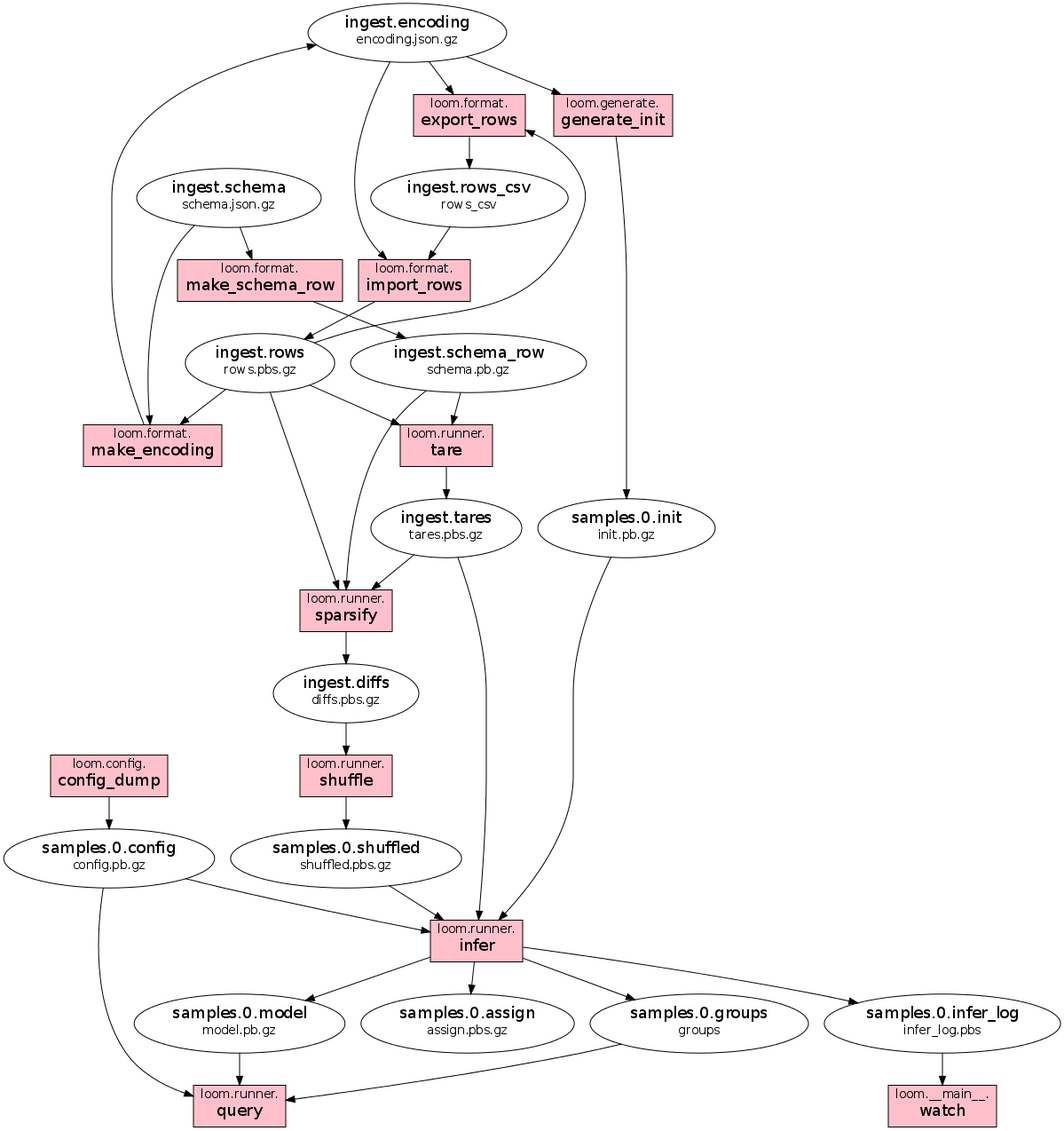
Earlier version of the Graphviz export doc/dataflow.png (priorknowledge/loom). Its source is kept beside it as doc/dataflow.dot.
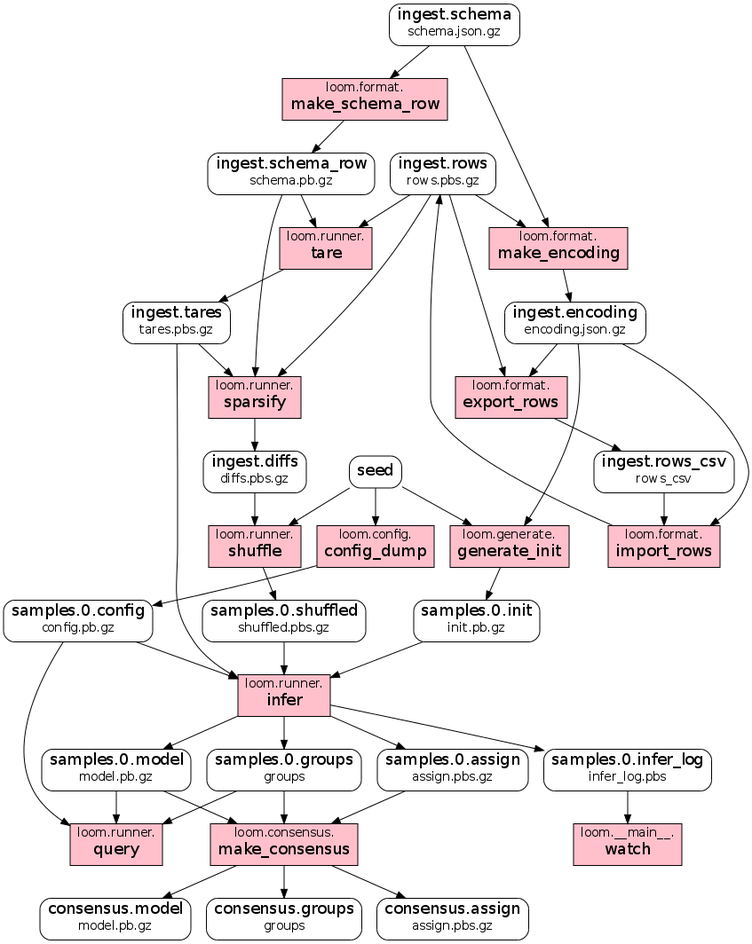
Later version of the same file.

Commit message:
Rename get_consensus to make_consensus

Change to the diagram source:
```diff
@@ -2,15 +2,19 @@
   overlap=false;
 
   {
-    node [shape=ellipse];
+    node [shape=Mrecord];
     samples_0_model [label=<<FONT POINT-SIZE="18">samples.0.model</FONT><BR/>model.pb.gz>];
+    consensus_model [label=<<FONT POINT-SIZE="18">consensus.model</FONT><BR/>model.pb.gz>];
+    consensus_groups [label=<<FONT POINT-SIZE="18">consensus.groups</FONT><BR/>groups>];
     ingest_diffs [label=<<FONT POINT-SIZE="18">ingest.diffs</FONT><BR/>diffs.pbs.gz>];
     samples_0_init [label=<<FONT POINT-SIZE="18">samples.0.init</FONT><BR/>init.pb.gz>];
     samples_0_shuffled [label=<<FONT POINT-SIZE="18">samples.0.shuffled</FONT><BR/>shuffled.pbs.gz>];
     samples_0_assign [label=<<FONT POINT-SIZE="18">samples.0.assign</FONT><BR/>assign.pbs.gz>];
     samples_0_infer_log [label=<<FONT POINT-SIZE="18">samples.0.infer_log</FONT><BR/>infer_log.pbs>];
+    consensus_assign [label=<<FONT POINT-SIZE="18">consensus.assign</FONT><BR/>assign.pbs.gz>];
     ingest_rows [label=<<FONT POINT-SIZE="18">ingest.rows</FONT><BR/>rows.pbs.gz>];
     ingest_tares [label=<<FONT POINT-SIZE="18">ingest.tares</FONT><BR/>tares.pbs.gz>];
+    seed [label=<<FONT POINT-SIZE="18">seed</FONT>>];
     samples_0_config [label=<<FONT POINT-SIZE="18">samples.0.config</FONT><BR/>config.pb.gz>];
     ingest_schema_row [label=<<FONT POINT-SIZE="18">ingest.schema_row</FONT><BR/>schema.pb.gz>];
     ingest_schema [label=<<FONT POINT-SIZE="18">ingest.schema</FONT><BR/>schema.json.gz>];
@@ -25,13 +29,14 @@
     tare [label=<loom.runner.<BR/><FONT POINT-SIZE="18">tare</FONT>>, fillcolor=pink];
     export_rows [label=<loom.format.<BR/><FONT POINT-SIZE="18">export_rows</FONT>>, fillcolor=pink];
     query [label=<loom.runner.<BR/><FONT POINT-SIZE="18">query</FONT>>, fillcolor=pink];
+    watch [label=<loom.__main__.<BR/><FONT POINT-SIZE="18">watch</FONT>>, fillcolor=pink];
+    config_dump [label=<loom.config.<BR/><FONT POINT-SIZE="18">config_dump</FONT>>, fillcolor=pink];
     sparsify [label=<loom.runner.<BR/><FONT POINT-SIZE="18">sparsify</FONT>>, fillcolor=pink];
-    config_dump [label=<loom.config.<BR/><FONT POINT-SIZE="18">config_dump</FONT>>, fillcolor=pink];
-    watch [label=<loom.__main__.<BR/><FONT POINT-SIZE="18">watch</FONT>>, fillcolor=pink];
     generate_init [label=<loom.generate.<BR/><FONT POINT-SIZE="18">generate_init</FONT>>, fillcolor=pink];
     make_encoding [label=<loom.format.<BR/><FONT POINT-SIZE="18">make_encoding</FONT>>, fillcolor=pink];
     shuffle [label=<loom.runner.<BR/><FONT POINT-SIZE="18">shuffle</FONT>>, fillcolor=pink];
     make_schema_row [label=<loom.format.<BR/><FONT POINT-SIZE="18">make_schema_row</FONT>>, fillcolor=pink];
+    make_consensus [label=<loom.consensus.<BR/><FONT POINT-SIZE="18">make_consensus</FONT>>, fillcolor=pink];
     infer [label=<loom.runner.<BR/><FONT POINT-SIZE="18">infer</FONT>>, fillcolor=pink];
     import_rows [label=<loom.format.<BR/><FONT POINT-SIZE="18">import_rows</FONT>>, fillcolor=pink];
 
@@ -44,21 +49,30 @@
     samples_0_config -> query [weight=1.0];
     samples_0_model -> query [weight=1.0];
     samples_0_groups -> query [weight=1.0];
+    samples_0_infer_log -> watch [weight=1.0];
+    seed -> config_dump [weight=1.0];
+    config_dump -> samples_0_config [weight=1.0];
     ingest_schema_row -> sparsify [weight=1.0];
     ingest_tares -> sparsify [weight=1.0];
     ingest_rows -> sparsify [weight=1.0];
     sparsify -> ingest_diffs [weight=1.0];
-    config_dump -> samples_0_config [weight=1.0];
-    samples_0_infer_log -> watch [weight=1.0];
     ingest_encoding -> generate_init [weight=1.0];
+    seed -> generate_init [weight=1.0];
     generate_init -> samples_0_init [weight=1.0];
     ingest_schema -> make_encoding [weight=1.0];
     ingest_rows -> make_encoding [weight=1.0];
     make_encoding -> ingest_encoding [weight=1.0];
     ingest_diffs -> shuffle [weight=1.0];
+    seed -> shuffle [weight=1.0];
     shuffle -> samples_0_shuffled [weight=1.0];
     ingest_schema -> make_schema_row [weight=1.0];
     make_schema_row -> ingest_schema_row [weight=1.0];
+    samples_0_model -> make_consensus [weight=1.0];
+    samples_0_groups -> make_consensus [weight=1.0];
+    samples_0_assign -> make_consensus [weight=1.0];
+    make_consensus -> consensus_model [weight=1.0];
+    make_consensus -> consensus_groups [weight=1.0];
+    make_consensus -> consensus_assign [weight=1.0];
     samples_0_config -> infer [weight=1.0];
     samples_0_shuffled -> infer [weight=1.0];
     ingest_tares -> infer [weight=1.0];
```
